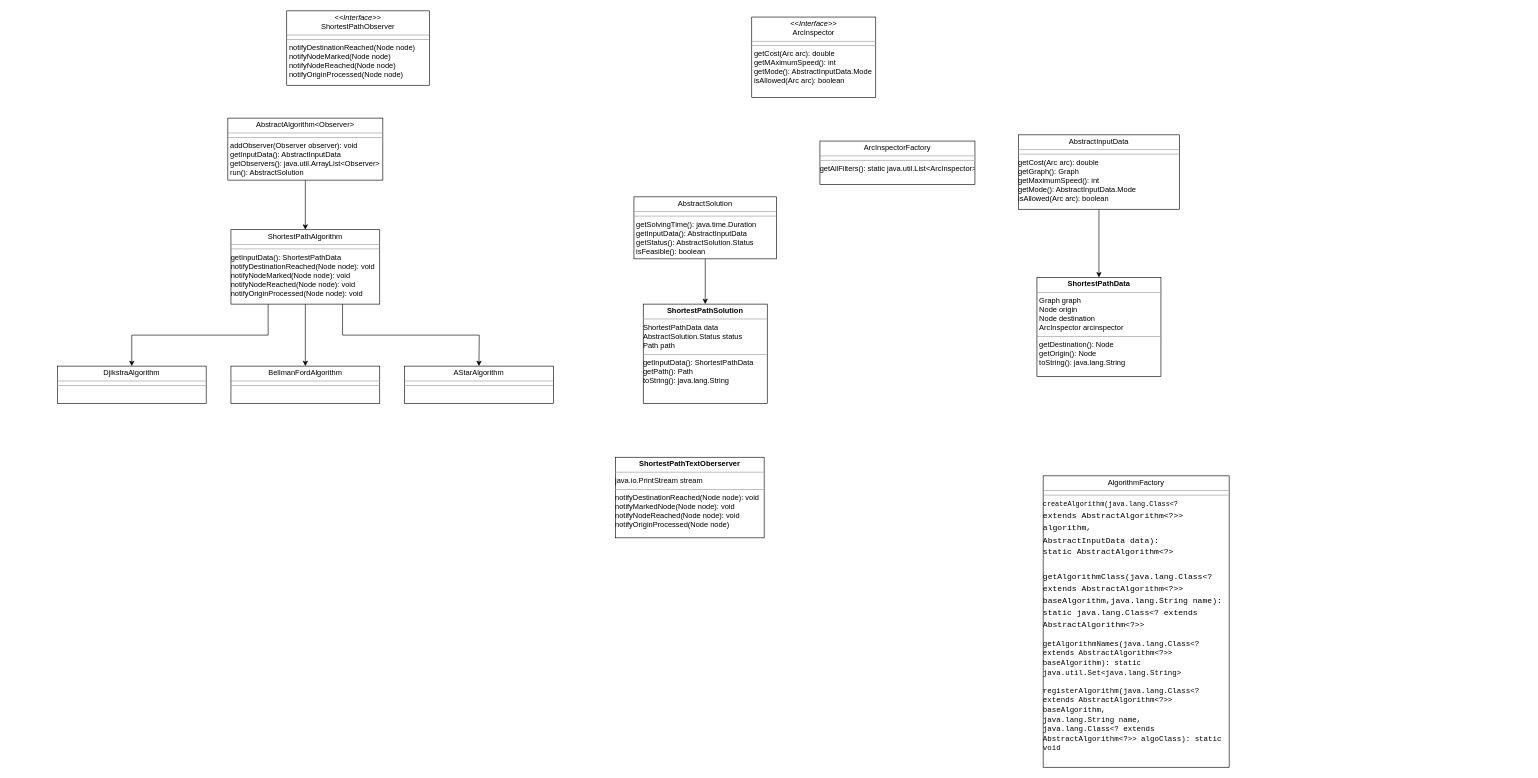
leoniegtt/BE-Graphes keeps this draw.io diagram as diagramme_algo.drawio. Above is the earlier version. Source tidied: cells renumbered, new cells numbered last; positions are measured from the earlier drawing's top-left corner, leaving out a move shared by most shapes. Both pictures are drawn from the tidied source at 62%, with x=0, y=0 at pixel (57, 11).
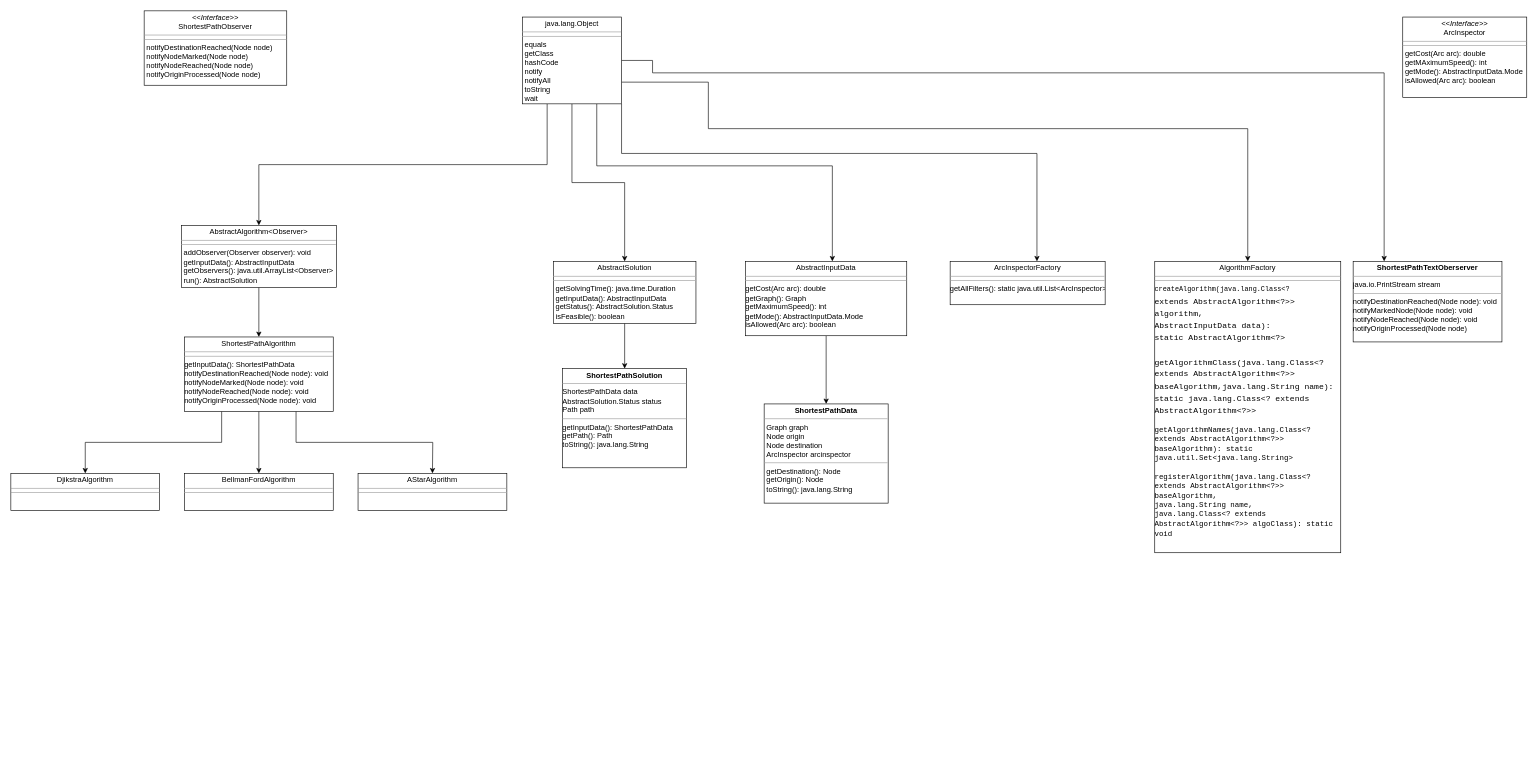
The same page after the edit.

The edit, as a diff of the source:
```diff
@@
     <mxCell id="2" value="&lt;p style=&quot;margin: 0px ; margin-top: 4px ; text-align: center&quot;&gt;&lt;i&gt;&amp;lt;&amp;lt;Interface&amp;gt;&amp;gt;&lt;/i&gt;&lt;br&gt;ShortestPathObserver&lt;br&gt;&lt;/p&gt;&lt;hr size=&quot;1&quot;&gt;&lt;hr size=&quot;1&quot;&gt;&lt;p style=&quot;margin: 0px ; margin-left: 4px&quot;&gt;notifyDestinationReached(Node node)&lt;/p&gt;&lt;p style=&quot;margin: 0px ; margin-left: 4px&quot;&gt;notifyNodeMarked(Node node)&lt;/p&gt;&lt;p style=&quot;margin: 0px ; margin-left: 4px&quot;&gt;notifyNodeReached(Node node)&lt;/p&gt;&lt;p style=&quot;margin: 0px ; margin-left: 4px&quot;&gt;notifyOriginProcessed(Node node)&lt;br&gt;&lt;/p&gt;&lt;p style=&quot;margin: 0px ; margin-left: 4px&quot;&gt;&lt;br&gt;&lt;/p&gt;" style="verticalAlign=top;align=left;overflow=fill;fontSize=12;fontFamily=Helvetica;html=1;" parent="1" vertex="1">
-      <mxGeometry x="370" width="230" height="120" as="geometry" />
+      <mxGeometry x="140" width="230" height="120" as="geometry" />
     </mxCell>
     <mxCell id="3" value="&lt;p style=&quot;margin: 0px ; margin-top: 4px ; text-align: center&quot;&gt;&lt;i&gt;&amp;lt;&amp;lt;Interface&amp;gt;&amp;gt;&lt;/i&gt;&lt;br&gt;ArcInspector&lt;br&gt;&lt;/p&gt;&lt;hr size=&quot;1&quot;&gt;&lt;hr size=&quot;1&quot;&gt;&lt;p style=&quot;margin: 0px ; margin-left: 4px&quot;&gt;getCost(Arc arc): double&lt;/p&gt;&lt;p style=&quot;margin: 0px ; margin-left: 4px&quot;&gt;getMAximumSpeed(): int&lt;br&gt;&lt;/p&gt;&lt;p style=&quot;margin: 0px ; margin-left: 4px&quot;&gt;getMode(): AbstractInputData.Mode&lt;br&gt;&lt;/p&gt;&lt;p style=&quot;margin: 0px ; margin-left: 4px&quot;&gt;isAllowed(Arc arc): boolean&lt;br&gt;&lt;/p&gt;" style="verticalAlign=top;align=left;overflow=fill;fontSize=12;fontFamily=Helvetica;html=1;" parent="1" vertex="1">
-      <mxGeometry x="1120" y="10" width="200" height="130" as="geometry" />
+      <mxGeometry x="2170" y="10" width="200" height="130" as="geometry" />
     </mxCell>
@@
     <mxCell id="5" value="&lt;p style=&quot;margin: 0px ; margin-top: 4px ; text-align: center&quot;&gt;AbstractAlgorithm&amp;lt;Observer&amp;gt;&lt;br&gt;&lt;/p&gt;&lt;hr size=&quot;1&quot;&gt;&lt;hr size=&quot;1&quot;&gt;&lt;p style=&quot;margin: 0px ; margin-left: 4px&quot;&gt;addObserver(Observer observer): void&lt;br&gt;&lt;/p&gt;&lt;p style=&quot;margin: 0px ; margin-left: 4px&quot;&gt;getInputData(): AbstractInputData&lt;br&gt;&lt;/p&gt;&lt;p style=&quot;margin: 0px ; margin-left: 4px&quot;&gt;getObservers(): java.util.ArrayList&amp;lt;Observer&amp;gt;&lt;br&gt;&lt;/p&gt;&lt;p style=&quot;margin: 0px ; margin-left: 4px&quot;&gt;run(): AbstractSolution&lt;/p&gt;&lt;p style=&quot;margin: 0px ; margin-left: 4px&quot;&gt;&lt;br&gt;&lt;/p&gt;" style="verticalAlign=top;align=left;overflow=fill;fontSize=12;fontFamily=Helvetica;html=1;" parent="1" vertex="1">
-      <mxGeometry x="275" y="173" width="250" height="100" as="geometry" />
+      <mxGeometry x="200" y="346" width="250" height="100" as="geometry" />
     </mxCell>
@@
     <mxCell id="7" value="&lt;p style=&quot;margin: 0px ; margin-top: 4px ; text-align: center&quot;&gt;&lt;font face=&quot;Helvetica&quot;&gt;AbstractInputData&lt;br&gt;&lt;/font&gt;&lt;/p&gt;&lt;hr size=&quot;1&quot;&gt;&lt;hr size=&quot;1&quot;&gt;&lt;div&gt;&lt;font face=&quot;Helvetica&quot;&gt;getCost(Arc arc): double&lt;/font&gt;&lt;/div&gt;&lt;div&gt;&lt;font face=&quot;Helvetica&quot;&gt;getGraph(): Graph&lt;/font&gt;&lt;/div&gt;&lt;div&gt;&lt;font face=&quot;Helvetica&quot;&gt;getMaximumSpeed(): int&lt;/font&gt;&lt;/div&gt;&lt;div&gt;&lt;font face=&quot;Helvetica&quot;&gt;getMode(): AbstractInputData.Mode&lt;/font&gt;&lt;/div&gt;&lt;div&gt;&lt;font face=&quot;Helvetica&quot;&gt;isAllowed(Arc arc): boolean&lt;/font&gt;&lt;/div&gt;&lt;div&gt;&lt;font face=&quot;Helvetica&quot;&gt;&lt;br&gt;&lt;/font&gt;&lt;/div&gt;" style="verticalAlign=top;align=left;overflow=fill;fontSize=12;fontFamily=Helvetica;html=1;" parent="1" vertex="1">
-      <mxGeometry x="1550" y="200" width="260" height="120" as="geometry" />
+      <mxGeometry x="1110" y="404" width="260" height="120" as="geometry" />
     </mxCell>
@@
     <mxCell id="9" value="&lt;p style=&quot;margin: 0px ; margin-top: 4px ; text-align: center&quot;&gt;AbstractSolution&lt;br&gt;&lt;/p&gt;&lt;hr size=&quot;1&quot;&gt;&lt;hr size=&quot;1&quot;&gt;&lt;p style=&quot;margin: 0px ; margin-left: 4px&quot;&gt;getSolvingTime(): java.time.Duration&lt;br&gt;&lt;/p&gt;&lt;p style=&quot;margin: 0px ; margin-left: 4px&quot;&gt;getInputData(): AbstractInputData&lt;br&gt;&lt;/p&gt;&lt;p style=&quot;margin: 0px ; margin-left: 4px&quot;&gt;getStatus(): AbstractSolution.Status&lt;/p&gt;&lt;p style=&quot;margin: 0px ; margin-left: 4px&quot;&gt;isFeasible(): boolean&lt;br&gt;&lt;/p&gt;&lt;p style=&quot;margin: 0px ; margin-left: 4px&quot;&gt;&lt;br&gt;&lt;/p&gt;" style="verticalAlign=top;align=left;overflow=fill;fontSize=12;fontFamily=Helvetica;html=1;" parent="1" vertex="1">
-      <mxGeometry x="930" y="300" width="230" height="100" as="geometry" />
+      <mxGeometry x="800" y="404" width="230" height="100" as="geometry" />
     </mxCell>
     <mxCell id="10" value="&lt;p style=&quot;margin: 0px ; margin-top: 4px ; text-align: center&quot;&gt;AlgorithmFactory&lt;br&gt;&lt;/p&gt;&lt;hr size=&quot;1&quot;&gt;&lt;hr size=&quot;1&quot;&gt;&lt;div&gt;&lt;font style=&quot;font-size: 11px&quot;&gt;&lt;code&gt;&lt;span class=&quot;member-name-link&quot;&gt;&lt;a&gt;createAlgorithm&lt;/a&gt;&lt;/span&gt;(java.lang.Class&amp;lt;? &lt;br&gt;&lt;/code&gt;&lt;/font&gt;&lt;/div&gt;&lt;div&gt;&lt;font size=&quot;3&quot;&gt;&lt;code&gt;extends &lt;a title=&quot;class in org.insa.graphs.algorithm&quot;&gt;AbstractAlgorithm&lt;/a&gt;&amp;lt;?&amp;gt;&amp;gt; &lt;br&gt;&lt;/code&gt;&lt;/font&gt;&lt;/div&gt;&lt;div&gt;&lt;font size=&quot;3&quot;&gt;&lt;code&gt;algorithm,&lt;br&gt;&lt;a title=&quot;class in org.insa.graphs.algorithm&quot;&gt;AbstractInputData&lt;/a&gt;&amp;nbsp;data): &lt;br&gt;&lt;/code&gt;&lt;/font&gt;&lt;/div&gt;&lt;div&gt;&lt;font size=&quot;3&quot;&gt;&lt;code&gt;static AbstractAlgorithm&amp;lt;?&amp;gt;&lt;br&gt;&lt;/code&gt;&lt;/font&gt;&lt;/div&gt;&lt;div&gt;&lt;font size=&quot;3&quot;&gt;&lt;code&gt;&lt;br&gt;&lt;/code&gt;&lt;/font&gt;&lt;/div&gt;&lt;div&gt;&lt;font size=&quot;3&quot;&gt;&lt;code&gt;&lt;span class=&quot;member-name-link&quot;&gt;&lt;a&gt;getAlgorithmClass&lt;/a&gt;&lt;/span&gt;(java.lang.Class&amp;lt;?&lt;/code&gt;&lt;/font&gt;&lt;/div&gt;&lt;div&gt;&lt;font size=&quot;3&quot;&gt;&lt;code&gt; extends &lt;a title=&quot;class in org.insa.graphs.algorithm&quot;&gt;AbstractAlgorithm&lt;/a&gt;&amp;lt;?&amp;gt;&amp;gt; &lt;br&gt;&lt;/code&gt;&lt;/font&gt;&lt;/div&gt;&lt;div&gt;&lt;font size=&quot;3&quot;&gt;&lt;code&gt;baseAlgorithm,java.lang.String&amp;nbsp;name):&lt;/code&gt;&lt;/font&gt;&lt;/div&gt;&lt;div&gt;&lt;font size=&quot;3&quot;&gt;&lt;code&gt;&lt;code&gt;static java.lang.Class&amp;lt;? extends &lt;br&gt;&lt;/code&gt;&lt;/code&gt;&lt;/font&gt;&lt;/div&gt;&lt;div&gt;&lt;font size=&quot;3&quot;&gt;&lt;code&gt;&lt;code&gt;&lt;a title=&quot;class in org.insa.graphs.algorithm&quot;&gt;AbstractAlgorithm&lt;/a&gt;&amp;lt;?&amp;gt;&amp;gt;&lt;/code&gt;&lt;/code&gt;&lt;/font&gt;&lt;/div&gt;&lt;div&gt;&lt;br&gt;&lt;font face=&quot;Helvetica&quot;&gt;&lt;code&gt;&lt;code&gt;&lt;code&gt;&lt;span class=&quot;member-name-link&quot;&gt;&lt;a&gt;getAlgorithmNames&lt;/a&gt;&lt;/span&gt;(java.lang.Class&amp;lt;? &lt;br&gt;&lt;/code&gt;&lt;/code&gt;&lt;/code&gt;&lt;/font&gt;&lt;/div&gt;&lt;div&gt;&lt;font face=&quot;Helvetica&quot;&gt;&lt;code&gt;&lt;code&gt;&lt;code&gt;extends &lt;a title=&quot;class in org.insa.graphs.algorithm&quot;&gt;AbstractAlgorithm&lt;/a&gt;&amp;lt;?&amp;gt;&amp;gt; &lt;br&gt;&lt;/code&gt;&lt;/code&gt;&lt;/code&gt;&lt;/font&gt;&lt;/div&gt;&lt;div&gt;&lt;font face=&quot;Helvetica&quot;&gt;&lt;code&gt;&lt;code&gt;&lt;code&gt;baseAlgorithm): &lt;/code&gt;&lt;/code&gt;&lt;/code&gt;&lt;/font&gt;&lt;font face=&quot;Helvetica&quot;&gt;&lt;code&gt;&lt;code&gt;&lt;code&gt;&lt;code&gt;static &lt;br&gt;&lt;/code&gt;&lt;/code&gt;&lt;/code&gt;&lt;/code&gt;&lt;/font&gt;&lt;/div&gt;&lt;div&gt;&lt;font face=&quot;Helvetica&quot;&gt;&lt;code&gt;&lt;code&gt;&lt;code&gt;&lt;code&gt;java.util.Set&amp;lt;java.lang.String&amp;gt;&lt;/code&gt;&lt;/code&gt;&lt;/code&gt;&lt;/code&gt;&lt;/font&gt;&lt;/div&gt;&lt;div&gt;&lt;br&gt;&lt;font face=&quot;Helvetica&quot;&gt;&lt;code&gt;&lt;code&gt;&lt;code&gt;&lt;code&gt;&lt;code&gt;&lt;span class=&quot;member-name-link&quot;&gt;&lt;a&gt;registerAlgorithm&lt;/a&gt;&lt;/span&gt;(java.lang.Class&amp;lt;? &lt;br&gt;&lt;/code&gt;&lt;/code&gt;&lt;/code&gt;&lt;/code&gt;&lt;/code&gt;&lt;/font&gt;&lt;/div&gt;&lt;div&gt;&lt;font face=&quot;Helvetica&quot;&gt;&lt;code&gt;&lt;code&gt;&lt;code&gt;&lt;code&gt;&lt;code&gt;extends &lt;a title=&quot;class in org.insa.graphs.algorithm&quot;&gt;AbstractAlgorithm&lt;/a&gt;&amp;lt;?&amp;gt;&amp;gt; &lt;br&gt;&lt;/code&gt;&lt;/code&gt;&lt;/code&gt;&lt;/code&gt;&lt;/code&gt;&lt;/font&gt;&lt;/div&gt;&lt;div&gt;&lt;font face=&quot;Helvetica&quot;&gt;&lt;code&gt;&lt;code&gt;&lt;code&gt;&lt;code&gt;&lt;code&gt;baseAlgorithm,&lt;br&gt;java.lang.String&amp;nbsp;name,&lt;br&gt;java.lang.Class&amp;lt;? extends &lt;a title=&quot;class in org.insa.graphs.algorithm&quot;&gt;&lt;br&gt;&lt;/a&gt;&lt;/code&gt;&lt;/code&gt;&lt;/code&gt;&lt;/code&gt;&lt;/code&gt;&lt;/font&gt;&lt;/div&gt;&lt;div&gt;&lt;font face=&quot;Helvetica&quot;&gt;&lt;code&gt;&lt;code&gt;&lt;code&gt;&lt;code&gt;&lt;code&gt;&lt;a title=&quot;class in org.insa.graphs.algorithm&quot;&gt;AbstractAlgorithm&lt;/a&gt;&amp;lt;?&amp;gt;&amp;gt;&amp;nbsp;algoClass): static&lt;/code&gt;&lt;/code&gt;&lt;/code&gt;&lt;/code&gt;&lt;/code&gt;&lt;/font&gt;&lt;/div&gt;&lt;div&gt;&lt;font face=&quot;Helvetica&quot;&gt;&lt;code&gt;&lt;code&gt;&lt;code&gt;&lt;code&gt;&lt;code&gt;void&lt;br&gt;&lt;/code&gt;&lt;/code&gt;&lt;/code&gt;&lt;/code&gt;&lt;/code&gt;&lt;/font&gt;&lt;/div&gt;&lt;div&gt;&lt;br&gt;&lt;/div&gt;" style="verticalAlign=top;align=left;overflow=fill;fontSize=12;fontFamily=Helvetica;html=1;" parent="1" vertex="1">
-      <mxGeometry x="1590" y="750" width="300" height="470" as="geometry" />
+      <mxGeometry x="1770" y="404" width="300" height="470" as="geometry" />
     </mxCell>
     <mxCell id="11" value="&lt;p style=&quot;margin: 0px ; margin-top: 4px ; text-align: center&quot;&gt;ArcInspectorFactory&lt;br&gt;&lt;/p&gt;&lt;hr size=&quot;1&quot;&gt;&lt;hr size=&quot;1&quot;&gt;getAllFilters(): static java.util.List&amp;lt;ArcInspector&amp;gt;&lt;br&gt;&lt;p style=&quot;margin: 0px ; margin-left: 4px&quot;&gt;&lt;br&gt;&lt;/p&gt;" style="verticalAlign=top;align=left;overflow=fill;fontSize=12;fontFamily=Helvetica;html=1;" parent="1" vertex="1">
-      <mxGeometry x="1230" y="210" width="250" height="70" as="geometry" />
+      <mxGeometry x="1440" y="404" width="250" height="70" as="geometry" />
     </mxCell>
@@
     <mxCell id="14" style="edgeStyle=orthogonalEdgeStyle;rounded=0;jettySize=auto;html=1;exitX=0.75;exitY=1;exitDx=0;exitDy=0;" parent="1" edge="1" source="15">
       <mxGeometry relative="1" as="geometry">
-        <mxPoint x="680" y="573" as="targetPoint" />
+        <mxPoint x="605" y="746" as="targetPoint" />
       </mxGeometry>
     </mxCell>
     <mxCell id="15" value="&lt;p style=&quot;margin: 0px ; margin-top: 4px ; text-align: center&quot;&gt;ShortestPathAlgorithm&lt;br&gt;&lt;/p&gt;&lt;hr size=&quot;1&quot;&gt;&lt;hr size=&quot;1&quot;&gt;&lt;div&gt;getInputData(): ShortestPathData&lt;/div&gt;&lt;div&gt;notifyDestinationReached(Node node): void&lt;br&gt;&lt;/div&gt;&lt;div&gt;notifyNodeMarked(Node node): void&lt;/div&gt;&lt;div&gt;notifyNodeReached(Node node): void&lt;/div&gt;&lt;div&gt;notifyOriginProcessed(Node node): void&lt;/div&gt;&lt;div&gt;&lt;br&gt;&lt;/div&gt;&lt;div&gt;&lt;br&gt;&lt;/div&gt;" style="verticalAlign=top;align=left;overflow=fill;fontSize=12;fontFamily=Helvetica;html=1;" parent="1" vertex="1">
-      <mxGeometry x="280" y="353" width="240" height="120" as="geometry" />
+      <mxGeometry x="205" y="526" width="240" height="120" as="geometry" />
     </mxCell>
@@
     <mxCell id="17" value="&lt;p style=&quot;margin: 0px ; margin-top: 4px ; text-align: center&quot;&gt;AStarAlgorithm&lt;br&gt;&lt;/p&gt;&lt;hr size=&quot;1&quot;&gt;&lt;hr size=&quot;1&quot;&gt;&lt;br&gt;&lt;div&gt;&lt;br&gt;&lt;/div&gt;&lt;div&gt;&lt;br&gt;&lt;/div&gt;" style="verticalAlign=top;align=left;overflow=fill;fontSize=12;fontFamily=Helvetica;html=1;" parent="1" vertex="1">
-      <mxGeometry x="560" y="573" width="240" height="60" as="geometry" />
+      <mxGeometry x="485" y="746" width="240" height="60" as="geometry" />
     </mxCell>
     <mxCell id="18" value="&lt;p style=&quot;margin: 0px ; margin-top: 4px ; text-align: center&quot;&gt;BellmanFordAlgorithm&lt;br&gt;&lt;/p&gt;&lt;hr size=&quot;1&quot;&gt;&lt;hr size=&quot;1&quot;&gt;&lt;br&gt;&lt;div&gt;&lt;br&gt;&lt;/div&gt;&lt;div&gt;&lt;br&gt;&lt;/div&gt;" style="verticalAlign=top;align=left;overflow=fill;fontSize=12;fontFamily=Helvetica;html=1;" parent="1" vertex="1">
-      <mxGeometry x="280" y="573" width="240" height="60" as="geometry" />
+      <mxGeometry x="205" y="746" width="240" height="60" as="geometry" />
     </mxCell>
     <mxCell id="19" value="&lt;p style=&quot;margin: 0px ; margin-top: 4px ; text-align: center&quot;&gt;DjikstraAlgorithm&lt;br&gt;&lt;/p&gt;&lt;hr size=&quot;1&quot;&gt;&lt;hr size=&quot;1&quot;&gt;&lt;br&gt;&lt;div&gt;&lt;br&gt;&lt;/div&gt;&lt;div&gt;&lt;br&gt;&lt;/div&gt;" style="verticalAlign=top;align=left;overflow=fill;fontSize=12;fontFamily=Helvetica;html=1;" parent="1" vertex="1">
-      <mxGeometry y="573" width="240" height="60" as="geometry" />
+      <mxGeometry x="-75" y="746" width="240" height="60" as="geometry" />
     </mxCell>
     <mxCell id="20" value="&lt;p style=&quot;margin: 0px ; margin-top: 4px ; text-align: center&quot;&gt;&lt;b&gt;ShortestPathData&lt;/b&gt;&lt;br&gt;&lt;/p&gt;&lt;hr size=&quot;1&quot;&gt;&lt;p style=&quot;margin: 0px ; margin-left: 4px&quot;&gt;Graph graph&lt;/p&gt;&lt;p style=&quot;margin: 0px ; margin-left: 4px&quot;&gt;Node origin&lt;/p&gt;&lt;p style=&quot;margin: 0px ; margin-left: 4px&quot;&gt;Node destination&lt;/p&gt;&lt;p style=&quot;margin: 0px ; margin-left: 4px&quot;&gt;ArcInspector arcinspector&lt;br&gt;&lt;/p&gt;&lt;hr size=&quot;1&quot;&gt;&lt;p style=&quot;margin: 0px ; margin-left: 4px&quot;&gt;getDestination(): Node&lt;/p&gt;&lt;p style=&quot;margin: 0px ; margin-left: 4px&quot;&gt;getOrigin(): Node&lt;/p&gt;&lt;p style=&quot;margin: 0px ; margin-left: 4px&quot;&gt;toString(): java.lang.String&lt;br&gt;&lt;/p&gt;" style="verticalAlign=top;align=left;overflow=fill;fontSize=12;fontFamily=Helvetica;html=1;" parent="1" vertex="1">
-      <mxGeometry x="1580" y="430" width="200" height="160" as="geometry" />
+      <mxGeometry x="1140" y="634" width="200" height="160" as="geometry" />
     </mxCell>
     <mxCell id="21" value="&lt;p style=&quot;margin: 0px ; margin-top: 4px ; text-align: center&quot;&gt;&lt;b&gt;ShortestPathSolution&lt;/b&gt;&lt;br&gt;&lt;/p&gt;&lt;hr size=&quot;1&quot;&gt;&lt;div&gt;ShortestPathData data&lt;/div&gt;&lt;div&gt;AbstractSolution.Status status&lt;/div&gt;&lt;div&gt;Path path&lt;br&gt;&lt;/div&gt;&lt;hr size=&quot;1&quot;&gt;&lt;div&gt;getInputData(): ShortestPathData&lt;/div&gt;&lt;div&gt;getPath(): Path&lt;/div&gt;&lt;div&gt;toString(): java.lang.String&lt;br&gt;&lt;/div&gt;" style="verticalAlign=top;align=left;overflow=fill;fontSize=12;fontFamily=Helvetica;html=1;" parent="1" vertex="1">
-      <mxGeometry x="945" y="473" width="200" height="160" as="geometry" />
+      <mxGeometry x="815" y="577" width="200" height="160" as="geometry" />
     </mxCell>
     <mxCell id="22" value="&lt;p style=&quot;margin: 0px ; margin-top: 4px ; text-align: center&quot;&gt;&lt;b&gt;ShortestPathTextOberserver&lt;/b&gt;&lt;br&gt;&lt;/p&gt;&lt;hr size=&quot;1&quot;&gt;&lt;div&gt;java.io.PrintStream stream&lt;br&gt;&lt;/div&gt;&lt;hr size=&quot;1&quot;&gt;&lt;div&gt;notifyDestinationReached(Node node): void&lt;/div&gt;&lt;div&gt;notifyMarkedNode(Node node): void&lt;/div&gt;&lt;div&gt;notifyNodeReached(Node node): void&lt;/div&gt;&lt;div&gt;notifyOriginProcessed(Node node)&lt;br&gt;&lt;/div&gt;" style="verticalAlign=top;align=left;overflow=fill;fontSize=12;fontFamily=Helvetica;html=1;" parent="1" vertex="1">
-      <mxGeometry x="900" y="720" width="240" height="130" as="geometry" />
+      <mxGeometry x="2090" y="404" width="240" height="130" as="geometry" />
     </mxCell>
+    <mxCell id="23" style="edgeStyle=orthogonalEdgeStyle;rounded=0;jettySize=auto;html=1;exitX=0.25;exitY=1;exitDx=0;exitDy=0;" parent="1" edge="1" source="29" target="5">
+      <mxGeometry relative="1" as="geometry" />
+    </mxCell>
+    <mxCell id="24" style="edgeStyle=orthogonalEdgeStyle;rounded=0;jettySize=auto;html=1;exitX=0.5;exitY=1;exitDx=0;exitDy=0;" parent="1" edge="1" source="29" target="9">
+      <mxGeometry relative="1" as="geometry" />
+    </mxCell>
+    <mxCell id="25" style="edgeStyle=orthogonalEdgeStyle;rounded=0;jettySize=auto;html=1;exitX=0.75;exitY=1;exitDx=0;exitDy=0;" parent="1" edge="1" source="29" target="7">
+      <mxGeometry relative="1" as="geometry">
+        <Array as="points">
+          <mxPoint x="870" y="250" />
+          <mxPoint x="1250" y="250" />
+        </Array>
+      </mxGeometry>
+    </mxCell>
+    <mxCell id="26" style="edgeStyle=orthogonalEdgeStyle;rounded=0;jettySize=auto;html=1;exitX=1;exitY=1;exitDx=0;exitDy=0;" parent="1" edge="1" source="29" target="11">
+      <mxGeometry relative="1" as="geometry">
+        <Array as="points">
+          <mxPoint x="910" y="230" />
+          <mxPoint x="1580" y="230" />
+        </Array>
+      </mxGeometry>
+    </mxCell>
+    <mxCell id="27" style="edgeStyle=orthogonalEdgeStyle;rounded=0;jettySize=auto;html=1;exitX=1;exitY=0.75;exitDx=0;exitDy=0;" parent="1" edge="1" source="29" target="10">
+      <mxGeometry relative="1" as="geometry">
+        <Array as="points">
+          <mxPoint x="1050" y="115" />
+          <mxPoint x="1050" y="190" />
+          <mxPoint x="1920" y="190" />
+        </Array>
+      </mxGeometry>
+    </mxCell>
+    <mxCell id="28" style="edgeStyle=orthogonalEdgeStyle;rounded=0;jettySize=auto;html=1;exitX=1;exitY=0.5;exitDx=0;exitDy=0;" parent="1" edge="1" source="29" target="22">
+      <mxGeometry relative="1" as="geometry">
+        <Array as="points">
+          <mxPoint x="960" y="80" />
+          <mxPoint x="960" y="100" />
+          <mxPoint x="2140" y="100" />
+        </Array>
+      </mxGeometry>
+    </mxCell>
+    <mxCell id="29" value="&lt;p style=&quot;margin: 0px ; margin-top: 4px ; text-align: center&quot;&gt;java.lang.Object&lt;br&gt;&lt;/p&gt;&lt;hr size=&quot;1&quot;&gt;&lt;hr size=&quot;1&quot;&gt;&lt;p style=&quot;margin: 0px ; margin-left: 4px&quot;&gt;equals&lt;/p&gt;&lt;p style=&quot;margin: 0px ; margin-left: 4px&quot;&gt;getClass&lt;/p&gt;&lt;p style=&quot;margin: 0px ; margin-left: 4px&quot;&gt;hashCode&lt;/p&gt;&lt;p style=&quot;margin: 0px ; margin-left: 4px&quot;&gt;notify&lt;/p&gt;&lt;p style=&quot;margin: 0px ; margin-left: 4px&quot;&gt;notifyAll&lt;/p&gt;&lt;p style=&quot;margin: 0px ; margin-left: 4px&quot;&gt;toString&lt;/p&gt;&lt;p style=&quot;margin: 0px ; margin-left: 4px&quot;&gt;wait&lt;br&gt;&lt;/p&gt;" style="verticalAlign=top;align=left;overflow=fill;fontSize=12;fontFamily=Helvetica;html=1;" parent="1" vertex="1">
+      <mxGeometry x="750" y="10" width="160" height="140" as="geometry" />
+    </mxCell>
```
